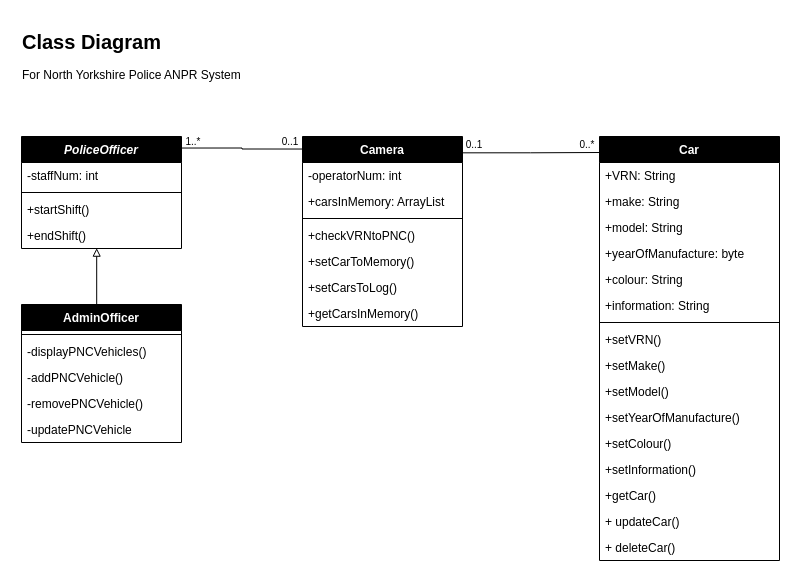
This is page "class_diagrams" (3 of 3) of diagrams.drawio from TaraRhoseyn/police-anpr-system, a draw.io file, before an edit. Source tidied: cells renumbered, new cells numbered last; positions are measured from the earlier drawing's top-left corner, leaving out a move shared by most shapes. Both pictures are drawn from the tidied source at 100%, with x=0, y=0 at pixel (17, 27).
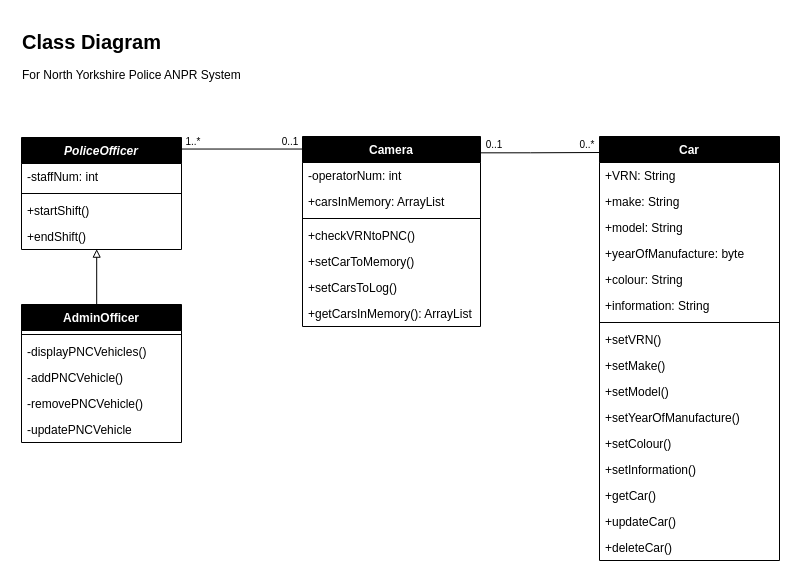
After the change.

The change refers to these unchanged cells:
```xml
<mxCell id="18" value="Car" style="swimlane;fontStyle=1;align=center;verticalAlign=top;horizontal=1;startSize=26;fontColor=#FFFFFF;fillColor=#000000;" parent="1" vertex="1">
  <mxGeometry x="582" y="109" width="180" height="424" as="geometry" />
</mxCell>
```

The edit, as a diff of the source:
```diff
@@
     <mxCell id="10" value="Camera" style="swimlane;fontStyle=1;align=center;verticalAlign=top;horizontal=1;startSize=26;fontColor=#FFFFFF;fillColor=#000000;" parent="1" vertex="1">
-      <mxGeometry x="285" y="109" width="160" height="190" as="geometry" />
+      <mxGeometry x="285" y="109" width="178" height="190" as="geometry" />
     </mxCell>
     <mxCell id="11" value="-operatorNum: int" style="text;strokeColor=none;fillColor=none;align=left;verticalAlign=top;spacingLeft=4;spacingRight=4;overflow=hidden;fontColor=default;" parent="10" vertex="1">
-      <mxGeometry y="26" width="160" height="26" as="geometry" />
+      <mxGeometry y="26" width="178" height="26" as="geometry" />
     </mxCell>
     <mxCell id="12" value="+carsInMemory: ArrayList" style="text;strokeColor=none;fillColor=none;align=left;verticalAlign=top;spacingLeft=4;spacingRight=4;overflow=hidden;fontColor=default;" parent="10" vertex="1">
-      <mxGeometry y="52" width="160" height="26" as="geometry" />
+      <mxGeometry y="52" width="178" height="26" as="geometry" />
     </mxCell>
     <mxCell id="13" style="line;strokeWidth=1;fillColor=none;align=left;verticalAlign=middle;spacingTop=-1;spacingLeft=3;spacingRight=3;labelPosition=right;strokeColor=inherit;fontColor=default;" parent="10" vertex="1">
-      <mxGeometry y="78" width="160" height="8" as="geometry" />
+      <mxGeometry y="78" width="178" height="8" as="geometry" />
     </mxCell>
     <mxCell id="14" value="+checkVRNtoPNC()" style="text;strokeColor=none;fillColor=none;align=left;verticalAlign=top;spacingLeft=4;spacingRight=4;overflow=hidden;fontColor=default;" parent="10" vertex="1">
-      <mxGeometry y="86" width="160" height="26" as="geometry" />
+      <mxGeometry y="86" width="178" height="26" as="geometry" />
     </mxCell>
     <mxCell id="15" value="+setCarToMemory()" style="text;strokeColor=none;fillColor=none;align=left;verticalAlign=top;spacingLeft=4;spacingRight=4;overflow=hidden;fontColor=default;" parent="10" vertex="1">
-      <mxGeometry y="112" width="160" height="26" as="geometry" />
+      <mxGeometry y="112" width="178" height="26" as="geometry" />
     </mxCell>
     <mxCell id="16" value="+setCarsToLog()" style="text;strokeColor=none;fillColor=none;align=left;verticalAlign=top;spacingLeft=4;spacingRight=4;overflow=hidden;fontColor=default;" parent="10" vertex="1">
-      <mxGeometry y="138" width="160" height="26" as="geometry" />
+      <mxGeometry y="138" width="178" height="26" as="geometry" />
     </mxCell>
-    <mxCell id="17" value="+getCarsInMemory()" style="text;strokeColor=none;fillColor=none;align=left;verticalAlign=top;spacingLeft=4;spacingRight=4;overflow=hidden;fontColor=default;" parent="10" vertex="1">
-      <mxGeometry y="164" width="160" height="26" as="geometry" />
+    <mxCell id="17" value="+getCarsInMemory(): ArrayList" style="text;strokeColor=none;fillColor=none;align=left;verticalAlign=top;spacingLeft=4;spacingRight=4;overflow=hidden;fontColor=default;" parent="10" vertex="1">
+      <mxGeometry y="164" width="178" height="26" as="geometry" />
     </mxCell>
@@
-    <mxCell id="33" value="+ updateCar()" style="text;strokeColor=none;fillColor=none;align=left;verticalAlign=top;spacingLeft=4;spacingRight=4;overflow=hidden;fontColor=default;" parent="18" vertex="1">
+    <mxCell id="33" value="+updateCar()" style="text;strokeColor=none;fillColor=none;align=left;verticalAlign=top;spacingLeft=4;spacingRight=4;overflow=hidden;fontColor=default;" parent="18" vertex="1">
       <mxGeometry y="372" width="180" height="26" as="geometry" />
     </mxCell>
-    <mxCell id="34" value="+ deleteCar()" style="text;strokeColor=none;fillColor=none;align=left;verticalAlign=top;spacingLeft=4;spacingRight=4;overflow=hidden;fontColor=default;" parent="18" vertex="1">
+    <mxCell id="34" value="+deleteCar()" style="text;strokeColor=none;fillColor=none;align=left;verticalAlign=top;spacingLeft=4;spacingRight=4;overflow=hidden;fontColor=default;" parent="18" vertex="1">
       <mxGeometry y="398" width="180" height="26" as="geometry" />
     </mxCell>
@@
     <mxCell id="36" value="PoliceOfficer" style="swimlane;fontStyle=3;align=center;verticalAlign=top;horizontal=1;startSize=26;fontColor=#FFFFFF;fillColor=#000000;" parent="1" vertex="1">
-      <mxGeometry x="4" y="109" width="160" height="112" as="geometry" />
+      <mxGeometry x="4" y="110" width="160" height="112" as="geometry" />
     </mxCell>
@@
-    <mxCell id="42" value="0..1" style="text;html=1;strokeColor=none;fillColor=none;align=center;verticalAlign=middle;whiteSpace=wrap;rounded=0;fontColor=#000000;fontSize=10;" parent="1" vertex="1">
-      <mxGeometry x="435" y="104" width="44" height="26" as="geometry" />
-    </mxCell>
@@
+    <mxCell id="42" value="0..1" style="text;html=1;strokeColor=none;fillColor=none;align=center;verticalAlign=middle;whiteSpace=wrap;rounded=0;fontColor=#000000;fontSize=10;" parent="1" vertex="1">
+      <mxGeometry x="455" y="104" width="44" height="26" as="geometry" />
+    </mxCell>
```
